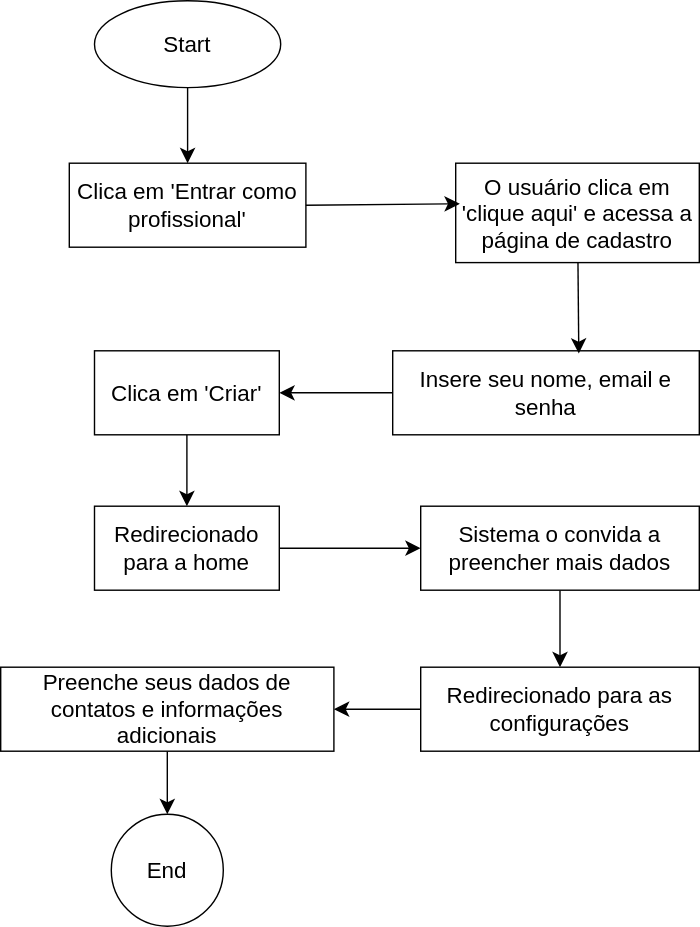
Before: docs/img/CT02.svg, a diagram exported from draw.io (ICEI-PUC-Minas-PMV-SI/pmv-si-2023-2-pe1-t2-senectus). Source tidied: cells renumbered, new cells last; positions are measured from the earlier drawing's top-left corner, leaving out a move shared by most shapes.
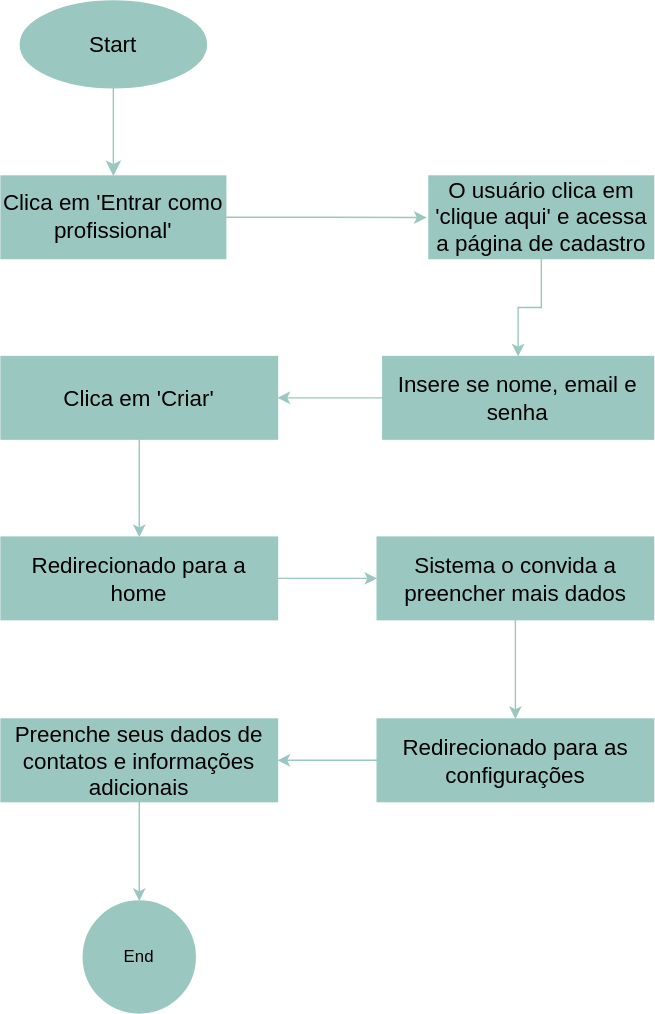
Later version of the same file.

What changed in the source:
```diff
@@ -2,62 +2,64 @@
   <root>
     <mxCell id="0" />
     <mxCell id="1" parent="0" />
-    <mxCell id="2" style="edgeStyle=none;curved=1;rounded=0;jettySize=auto;html=1;exitX=0.5;exitY=1;exitDx=0;exitDy=0;fontSize=12;startSize=8;endSize=8;" parent="1" edge="1" source="3" target="4">
+    <mxCell id="2" style="edgeStyle=none;curved=1;rounded=0;jettySize=auto;html=1;fontSize=12;startSize=8;endSize=8;fillColor=#9AC7BF;strokeColor=#9AC7BF;" parent="1" edge="1" source="3" target="4">
       <mxGeometry relative="1" as="geometry" />
     </mxCell>
-    <mxCell id="3" value="Start" style="ellipse;whiteSpace=wrap;html=1;fontSize=16;" parent="1" vertex="1">
-      <mxGeometry x="67" width="133" height="62" as="geometry" />
+    <mxCell id="3" value="Start" style="ellipse;whiteSpace=wrap;html=1;fontSize=16;fillColor=#9AC7BF;strokeColor=#9AC7BF;" parent="1" vertex="1">
+      <mxGeometry x="-101" y="153" width="133" height="62" as="geometry" />
     </mxCell>
+    <mxCell id="21" style="edgeStyle=orthogonalEdgeStyle;rounded=0;jettySize=auto;html=1;exitX=1;exitY=0.5;exitDx=0;exitDy=0;fillColor=#9AC7BF;strokeColor=#9AC7BF;" parent="1" edge="1" source="4">
+      <mxGeometry relative="1" as="geometry">
+        <mxPoint x="189.3" y="307.7" as="targetPoint" />
+      </mxGeometry>
+    </mxCell>
-    <mxCell id="4" value="Clica em 'Entrar como profissional'" style="rounded=0;whiteSpace=wrap;html=1;fontSize=16;" parent="1" vertex="1">
-      <mxGeometry x="49" y="116" width="169" height="60" as="geometry" />
+    <mxCell id="4" value="Clica em 'Entrar como profissional'" style="rounded=0;whiteSpace=wrap;html=1;fontSize=16;fillColor=#9AC7BF;strokeColor=#9AC7BF;" parent="1" vertex="1">
+      <mxGeometry x="-114.8" y="278" width="160.5" height="59" as="geometry" />
     </mxCell>
+    <mxCell id="20" value="End" style="ellipse;whiteSpace=wrap;html=1;fillColor=#9AC7BF;strokeColor=#9AC7BF;" parent="1" vertex="1">
+      <mxGeometry x="-56" y="796" width="80" height="80" as="geometry" />
+    </mxCell>
+    <mxCell id="22" style="edgeStyle=orthogonalEdgeStyle;rounded=0;jettySize=auto;html=1;fillColor=#9AC7BF;strokeColor=#9AC7BF;" parent="1" edge="1" source="5" target="24">
+      <mxGeometry relative="1" as="geometry" />
+    </mxCell>
-    <mxCell id="5" value="O usuário clica em 'clique aqui' e acessa a página de cadastro" style="rounded=0;whiteSpace=wrap;html=1;fontSize=16;" parent="1" vertex="1">
-      <mxGeometry x="325" y="116" width="174" height="71" as="geometry" />
+    <mxCell id="5" value="O usuário clica em&lt;br&gt;'clique aqui' e acessa a página de cadastro" style="rounded=0;whiteSpace=wrap;html=1;fontSize=16;fillColor=#9AC7BF;strokeColor=#9AC7BF;" parent="1" vertex="1">
+      <mxGeometry x="191" y="278" width="160.5" height="59" as="geometry" />
     </mxCell>
-    <mxCell id="6" style="edgeStyle=none;curved=1;rounded=0;jettySize=auto;html=1;entryX=1;entryY=0.5;entryDx=0;entryDy=0;fontSize=12;startSize=8;endSize=8;" parent="1" edge="1" source="7" target="9">
-      <mxGeometry relative="1" as="geometry" />
-    </mxCell>
-    <mxCell id="7" value="Insere seu nome, email e senha" style="rounded=0;whiteSpace=wrap;html=1;fontSize=16;" parent="1" vertex="1">
-      <mxGeometry x="280" y="250" width="219" height="60" as="geometry" />
-    </mxCell>
+    <mxCell id="23" style="edgeStyle=orthogonalEdgeStyle;rounded=0;jettySize=auto;html=1;fillColor=#9AC7BF;strokeColor=#9AC7BF;" parent="1" edge="1" source="24" target="9">
+      <mxGeometry relative="1" as="geometry" />
+    </mxCell>
+    <mxCell id="24" value="Insere se nome, email e senha" style="rounded=0;whiteSpace=wrap;html=1;fontSize=16;fillColor=#9AC7BF;strokeColor=#9AC7BF;" parent="1" vertex="1">
+      <mxGeometry x="158" y="407" width="193.5" height="59" as="geometry" />
+    </mxCell>
-    <mxCell id="8" style="edgeStyle=none;curved=1;rounded=0;jettySize=auto;html=1;entryX=0.5;entryY=0;entryDx=0;entryDy=0;fontSize=12;startSize=8;endSize=8;" parent="1" edge="1" source="9" target="11">
+    <mxCell id="8" style="edgeStyle=orthogonalEdgeStyle;rounded=0;jettySize=auto;html=1;strokeColor=#9AC7BF;" parent="1" edge="1" source="9" target="11">
       <mxGeometry relative="1" as="geometry" />
     </mxCell>
-    <mxCell id="9" value="Clica em 'Criar'" style="rounded=0;whiteSpace=wrap;html=1;fontSize=16;" parent="1" vertex="1">
-      <mxGeometry x="67" y="250" width="132" height="60" as="geometry" />
+    <mxCell id="9" value="Clica em 'Criar'" style="rounded=0;whiteSpace=wrap;html=1;fontSize=16;fillColor=#9AC7BF;strokeColor=#9AC7BF;" parent="1" vertex="1">
+      <mxGeometry x="-114.8" y="407" width="197.5" height="59" as="geometry" />
     </mxCell>
-    <mxCell id="10" style="edgeStyle=none;curved=1;rounded=0;jettySize=auto;html=1;entryX=0;entryY=0.5;entryDx=0;entryDy=0;fontSize=12;startSize=8;endSize=8;" parent="1" edge="1" source="11" target="13">
+    <mxCell id="10" style="edgeStyle=orthogonalEdgeStyle;rounded=0;jettySize=auto;html=1;strokeColor=#9AC7BF;" parent="1" edge="1" source="11" target="13">
       <mxGeometry relative="1" as="geometry" />
     </mxCell>
-    <mxCell id="11" value="Redirecionado para a home" style="rounded=0;whiteSpace=wrap;html=1;fontSize=16;" parent="1" vertex="1">
-      <mxGeometry x="67" y="361" width="132" height="60" as="geometry" />
+    <mxCell id="11" value="Redirecionado para a home" style="rounded=0;whiteSpace=wrap;html=1;fontSize=16;fillColor=#9AC7BF;strokeColor=#9AC7BF;" parent="1" vertex="1">
+      <mxGeometry x="-114.8" y="536" width="197.5" height="59" as="geometry" />
     </mxCell>
-    <mxCell id="12" style="edgeStyle=none;curved=1;rounded=0;jettySize=auto;html=1;exitX=0.5;exitY=1;exitDx=0;exitDy=0;entryX=0.5;entryY=0;entryDx=0;entryDy=0;fontSize=12;startSize=8;endSize=8;" parent="1" edge="1" source="13" target="17">
+    <mxCell id="12" style="edgeStyle=orthogonalEdgeStyle;rounded=0;jettySize=auto;html=1;strokeColor=#9AC7BF;" parent="1" edge="1" source="13" target="17">
       <mxGeometry relative="1" as="geometry" />
     </mxCell>
-    <mxCell id="13" value="Sistema o convida a preencher mais dados" style="rounded=0;whiteSpace=wrap;html=1;fontSize=16;" parent="1" vertex="1">
-      <mxGeometry x="300" y="361" width="199" height="60" as="geometry" />
+    <mxCell id="13" value="Sistema o convida a preencher mais dados" style="rounded=0;whiteSpace=wrap;html=1;fontSize=16;fillColor=#9AC7BF;strokeColor=#9AC7BF;" parent="1" vertex="1">
+      <mxGeometry x="154" y="536" width="197.5" height="59" as="geometry" />
     </mxCell>
-    <mxCell id="14" style="edgeStyle=none;curved=1;rounded=0;jettySize=auto;html=1;exitX=1;exitY=0.5;exitDx=0;exitDy=0;entryX=0.017;entryY=0.408;entryDx=0;entryDy=0;entryPerimeter=0;fontSize=12;startSize=8;endSize=8;" parent="1" edge="1" source="4" target="5">
-      <mxGeometry relative="1" as="geometry" />
-    </mxCell>
-    <mxCell id="15" style="edgeStyle=none;curved=1;rounded=0;jettySize=auto;html=1;entryX=0.607;entryY=0.033;entryDx=0;entryDy=0;entryPerimeter=0;fontSize=12;startSize=8;endSize=8;" parent="1" edge="1" source="5" target="7">
-      <mxGeometry relative="1" as="geometry" />
-    </mxCell>
-    <mxCell id="16" style="edgeStyle=none;curved=1;rounded=0;jettySize=auto;html=1;entryX=1;entryY=0.5;entryDx=0;entryDy=0;fontSize=12;startSize=8;endSize=8;" parent="1" edge="1" source="17" target="19">
+    <mxCell id="16" style="edgeStyle=orthogonalEdgeStyle;rounded=0;jettySize=auto;html=1;strokeColor=#9AC7BF;" parent="1" edge="1" source="17" target="19">
       <mxGeometry relative="1" as="geometry" />
     </mxCell>
-    <mxCell id="17" value="Redirecionado para as configurações" style="rounded=0;whiteSpace=wrap;html=1;fontSize=16;" parent="1" vertex="1">
-      <mxGeometry x="300" y="476" width="199" height="60" as="geometry" />
+    <mxCell id="17" value="Redirecionado para as configurações" style="rounded=0;whiteSpace=wrap;html=1;fontSize=16;fillColor=#9AC7BF;strokeColor=#9AC7BF;" parent="1" vertex="1">
+      <mxGeometry x="154" y="666" width="197.5" height="59" as="geometry" />
     </mxCell>
-    <mxCell id="18" style="edgeStyle=none;curved=1;rounded=0;jettySize=auto;html=1;fontSize=12;startSize=8;endSize=8;" parent="1" edge="1" source="19" target="20">
+    <mxCell id="18" style="edgeStyle=orthogonalEdgeStyle;rounded=0;jettySize=auto;html=1;strokeColor=#9AC7BF;" parent="1" edge="1" source="19" target="20">
       <mxGeometry relative="1" as="geometry" />
     </mxCell>
-    <mxCell id="19" value="Preenche seus dados de contatos e informações adicionais" style="rounded=0;whiteSpace=wrap;html=1;fontSize=16;" parent="1" vertex="1">
-      <mxGeometry y="476" width="238" height="60" as="geometry" />
+    <mxCell id="19" value="Preenche seus dados de contatos e informações adicionais" style="rounded=0;whiteSpace=wrap;html=1;fontSize=16;fillColor=#9AC7BF;strokeColor=#9AC7BF;" parent="1" vertex="1">
+      <mxGeometry x="-114.8" y="666" width="197.5" height="59" as="geometry" />
     </mxCell>
-    <mxCell id="20" value="End" style="ellipse;whiteSpace=wrap;html=1;fontSize=16;" parent="1" vertex="1">
-      <mxGeometry x="79" y="581" width="80" height="80" as="geometry" />
-    </mxCell>
   </root>
 </mxGraphModel>
```
